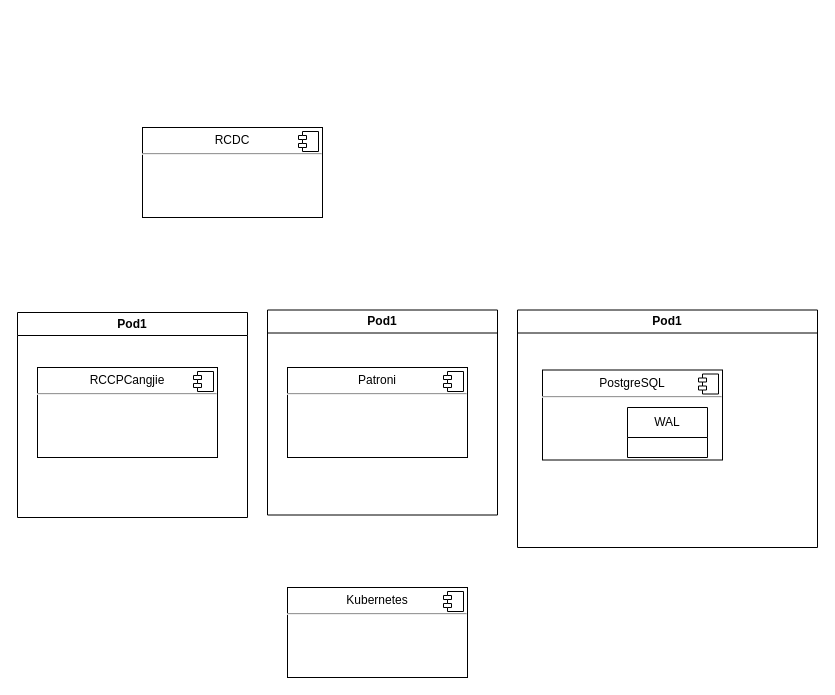
xin49/patroni keeps this draw.io diagram as page "系统上下文" (1 of 2) of docs/PostgreSQLClusterWALWaterline,.drawio. Above is the earlier version. Source tidied: cells renumbered, new cells numbered last; positions are measured from the earlier drawing's top-left corner, leaving out a move shared by most shapes. Both pictures are drawn from the tidied source at 100%, with x=0, y=0 at pixel (17, 127).
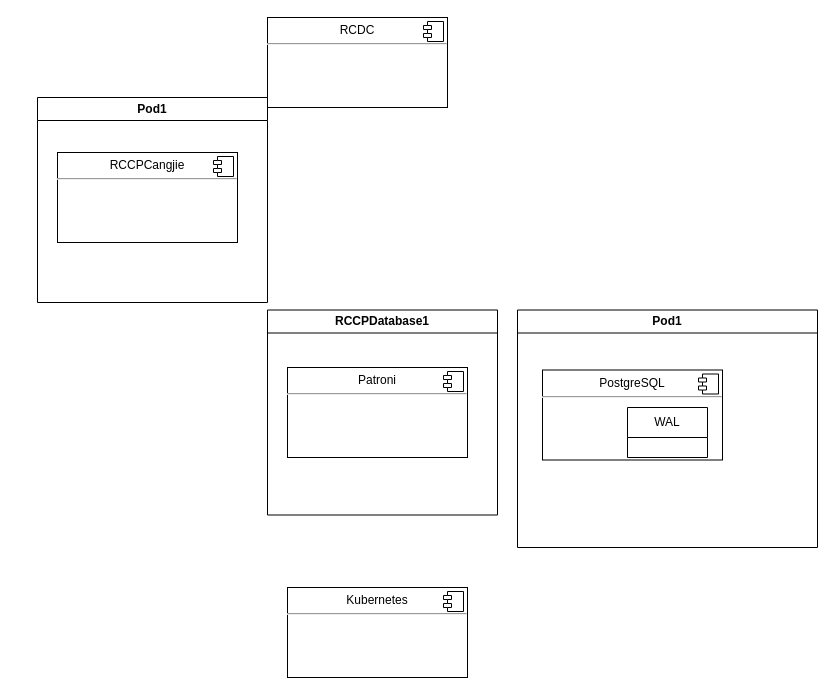
The same page after the edit.

Change to the diagram source:
```diff
@@
 <mxGraphModel>
   <root>
     <mxCell id="0" />
     <mxCell id="1" parent="0" />
     <mxCell id="2" value="&lt;p style=&quot;margin:0px;margin-top:6px;text-align:center;&quot;&gt;RCDC&lt;/p&gt;&lt;hr&gt;&lt;p style=&quot;margin:0px;margin-left:8px;&quot;&gt;&lt;br&gt;&lt;/p&gt;" style="align=left;overflow=fill;html=1;whiteSpace=wrap;" parent="1" vertex="1">
-      <mxGeometry x="125" width="180" height="90" as="geometry" />
+      <mxGeometry x="250" y="-110" width="180" height="90" as="geometry" />
     </mxCell>
     <mxCell id="3" style="shape=component;jettyWidth=8;jettyHeight=4;" parent="2" vertex="1">
       <mxGeometry x="1" width="20" height="20" relative="1" as="geometry">
         <mxPoint x="-24" y="4" as="offset" />
       </mxGeometry>
     </mxCell>
     <mxCell id="4" value="&lt;p style=&quot;margin:0px;margin-top:6px;text-align:center;&quot;&gt;RCCPCangjie&lt;/p&gt;&lt;hr&gt;&lt;p style=&quot;margin:0px;margin-left:8px;&quot;&gt;&lt;br&gt;&lt;/p&gt;" style="align=left;overflow=fill;html=1;whiteSpace=wrap;" parent="1" vertex="1">
-      <mxGeometry x="20" y="240" width="180" height="90" as="geometry" />
+      <mxGeometry x="40" y="25" width="180" height="90" as="geometry" />
     </mxCell>
     <mxCell id="5" style="shape=component;jettyWidth=8;jettyHeight=4;" parent="4" vertex="1">
       <mxGeometry x="1" width="20" height="20" relative="1" as="geometry">
         <mxPoint x="-24" y="4" as="offset" />
       </mxGeometry>
     </mxCell>
     <mxCell id="6" value="&lt;p style=&quot;margin:0px;margin-top:6px;text-align:center;&quot;&gt;Patroni&lt;/p&gt;&lt;hr&gt;&lt;p style=&quot;margin:0px;margin-left:8px;&quot;&gt;&lt;br&gt;&lt;/p&gt;" style="align=left;overflow=fill;html=1;whiteSpace=wrap;" parent="1" vertex="1">
       <mxGeometry x="270" y="240" width="180" height="90" as="geometry" />
     </mxCell>
     <mxCell id="7" style="shape=component;jettyWidth=8;jettyHeight=4;" parent="6" vertex="1">
       <mxGeometry x="1" width="20" height="20" relative="1" as="geometry">
         <mxPoint x="-24" y="4" as="offset" />
       </mxGeometry>
     </mxCell>
     <mxCell id="8" value="&lt;p style=&quot;margin:0px;margin-top:6px;text-align:center;&quot;&gt;Kubernetes&lt;/p&gt;&lt;hr&gt;&lt;p style=&quot;margin:0px;margin-left:8px;&quot;&gt;&lt;br&gt;&lt;/p&gt;" style="align=left;overflow=fill;html=1;whiteSpace=wrap;" parent="1" vertex="1">
       <mxGeometry x="270" y="460" width="180" height="90" as="geometry" />
     </mxCell>
     <mxCell id="9" style="shape=component;jettyWidth=8;jettyHeight=4;" parent="8" vertex="1">
       <mxGeometry x="1" width="20" height="20" relative="1" as="geometry">
         <mxPoint x="-24" y="4" as="offset" />
       </mxGeometry>
     </mxCell>
     <mxCell id="10" value="Pod1" style="swimlane;whiteSpace=wrap;html=1;" parent="1" vertex="1">
-      <mxGeometry y="185" width="230" height="205" as="geometry" />
+      <mxGeometry x="20" y="-30" width="230" height="205" as="geometry" />
     </mxCell>
-    <mxCell id="11" value="Pod1" style="swimlane;whiteSpace=wrap;html=1;" parent="1" vertex="1">
+    <mxCell id="11" value="RCCPDatabase1" style="swimlane;whiteSpace=wrap;html=1;" parent="1" vertex="1">
       <mxGeometry x="250" y="182.5" width="230" height="205" as="geometry" />
     </mxCell>
     <mxCell id="12" value="Pod1" style="swimlane;whiteSpace=wrap;html=1;" parent="1" vertex="1">
       <mxGeometry x="500" y="182.5" width="300" height="237.5" as="geometry" />
     </mxCell>
     <mxCell id="13" value="&lt;p style=&quot;margin:0px;margin-top:6px;text-align:center;&quot;&gt;PostgreSQL&lt;/p&gt;&lt;hr&gt;&lt;p style=&quot;margin:0px;margin-left:8px;&quot;&gt;&lt;br&gt;&lt;/p&gt;" style="align=left;overflow=fill;html=1;whiteSpace=wrap;" parent="12" vertex="1">
       <mxGeometry x="25" y="60" width="180" height="90" as="geometry" />
     </mxCell>
     <mxCell id="14" style="shape=component;jettyWidth=8;jettyHeight=4;" parent="13" vertex="1">
       <mxGeometry x="1" width="20" height="20" relative="1" as="geometry">
         <mxPoint x="-24" y="4" as="offset" />
       </mxGeometry>
     </mxCell>
     <mxCell id="15" value="WAL" style="swimlane;fontStyle=0;horizontal=1;startSize=30;whiteSpace=wrap;html=1;" parent="12" vertex="1">
       <mxGeometry x="110" y="97.5" width="80" height="50" as="geometry" />
     </mxCell>
   </root>
 </mxGraphModel>
```
